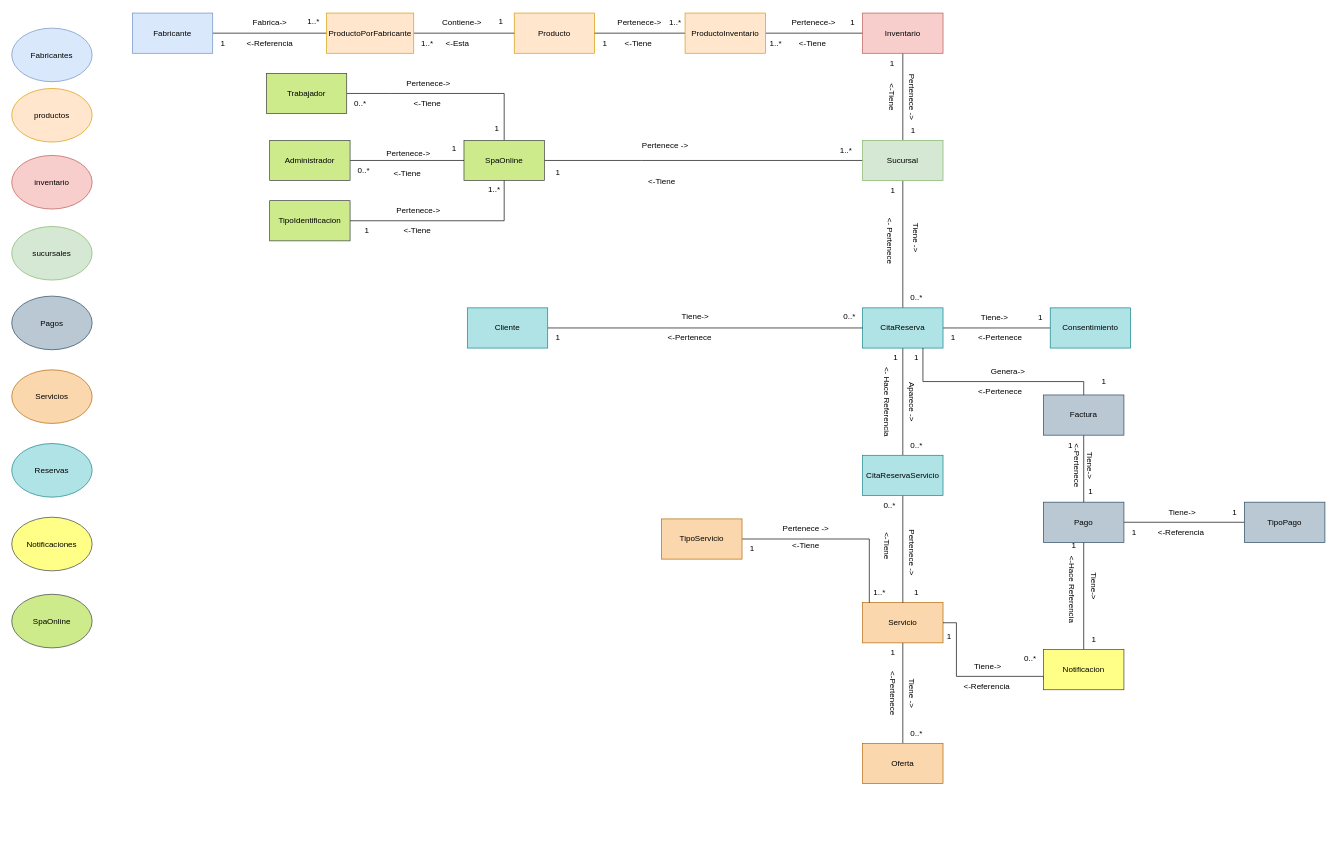
Above: page "3.ModeloDominioCompleto" (3 of 12) of SpaOnline/ModeloDominioSpa.drawio in cristianospina/DOO (draw.io), before the change. Source tidied: cells renumbered, new cells numbered last; positions are measured from the earlier drawing's top-left corner, leaving out a move shared by most shapes. Both pictures are drawn from the tidied source at 67%, with x=0, y=0 at pixel (11, 11).
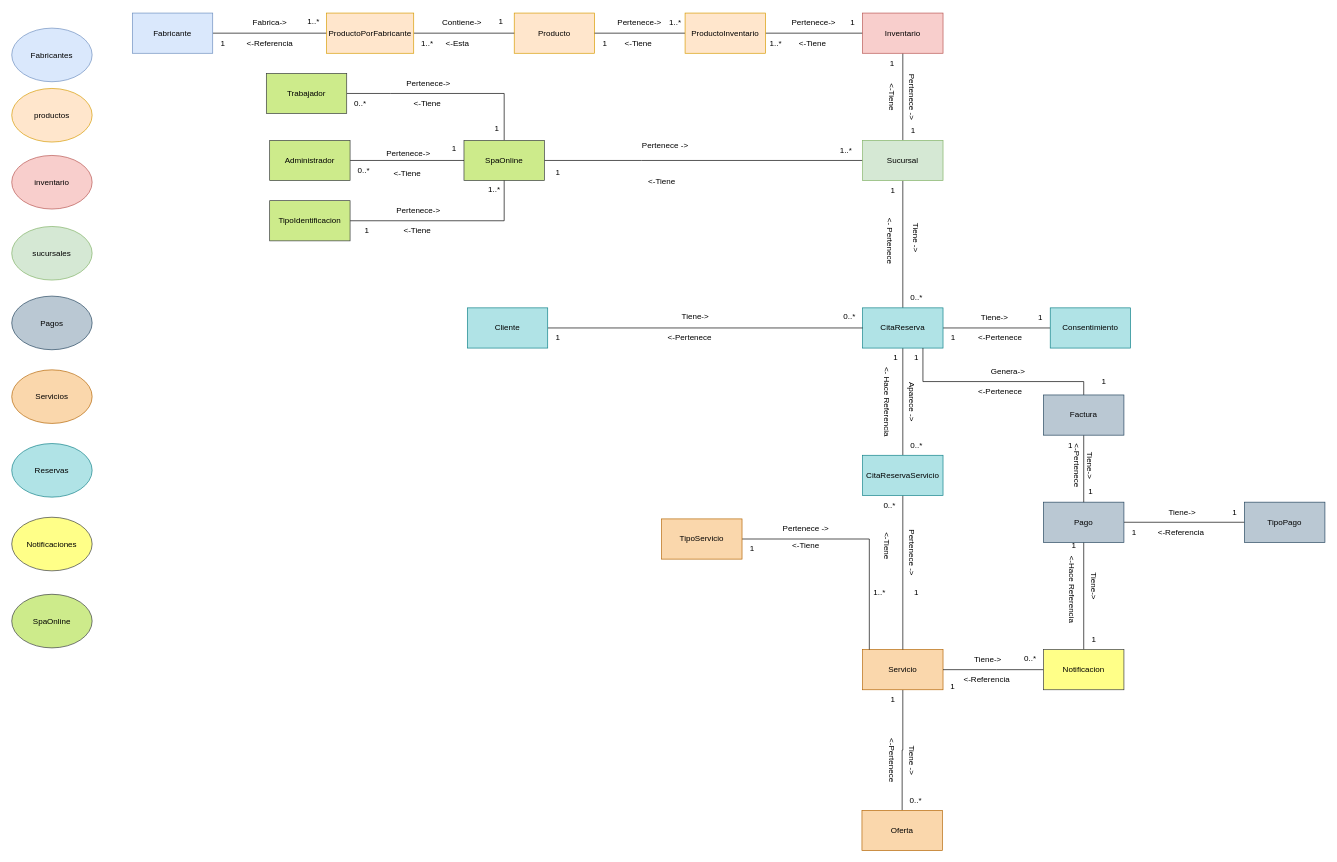
Above is the later version.

The change refers to these unchanged cells:
```xml
<mxCell id="26" value="Notificacion" style="rounded=0;whiteSpace=wrap;html=1;fillColor=#ffff88;strokeColor=#36393d;" parent="1" vertex="1">
  <mxGeometry x="1540" y="952" width="120" height="60" as="geometry" />
</mxCell>
```

Change to the diagram source:
```diff
@@
     <mxCell id="4" value="Servicio" style="rounded=0;whiteSpace=wrap;html=1;fillColor=#fad7ac;strokeColor=#b46504;" parent="1" vertex="1">
-      <mxGeometry x="1270" y="882" width="120" height="60" as="geometry" />
+      <mxGeometry x="1270" y="952" width="120" height="60" as="geometry" />
     </mxCell>
@@
     <mxCell id="15" value="Oferta" style="rounded=0;whiteSpace=wrap;html=1;fillColor=#fad7ac;strokeColor=#b46504;" parent="1" vertex="1">
-      <mxGeometry x="1270" y="1092" width="120" height="60" as="geometry" />
+      <mxGeometry x="1269" y="1192" width="120" height="60" as="geometry" />
     </mxCell>
@@
     <mxCell id="18" value="Tiene -&amp;gt;" style="text;html=1;align=center;verticalAlign=middle;rotation=90;fillColor=none;" parent="1" vertex="1">
-      <mxGeometry x="1309" y="1002" width="70" height="30" as="geometry" />
+      <mxGeometry x="1308" y="1102" width="70" height="30" as="geometry" />
     </mxCell>
     <mxCell id="19" value="&amp;lt;-Pertenece" style="text;html=1;align=center;verticalAlign=middle;rotation=90;fillColor=none;" parent="1" vertex="1">
-      <mxGeometry x="1270" y="1002" width="90" height="30" as="geometry" />
+      <mxGeometry x="1269" y="1102" width="90" height="30" as="geometry" />
     </mxCell>
     <mxCell id="20" value="0..*&lt;br&gt;" style="text;html=1;align=center;verticalAlign=middle;fillColor=none;" parent="1" vertex="1">
-      <mxGeometry x="1330" y="1062" width="40" height="30" as="geometry" />
+      <mxGeometry x="1329" y="1162" width="40" height="30" as="geometry" />
     </mxCell>
     <mxCell id="21" value="1&lt;br&gt;" style="text;html=1;align=center;verticalAlign=middle;fillColor=none;" parent="1" vertex="1">
-      <mxGeometry x="1300" y="942" width="30" height="30" as="geometry" />
+      <mxGeometry x="1300" y="1012" width="30" height="30" as="geometry" />
     </mxCell>
@@
-    <mxCell id="25" style="edgeStyle=orthogonalEdgeStyle;rounded=0;jettySize=auto;html=1;entryX=1;entryY=0.5;entryDx=0;entryDy=0;endArrow=none;endFill=0;exitX=0;exitY=0.75;exitDx=0;exitDy=0;" parent="1" edge="1" source="26" target="4">
+    <mxCell id="25" style="edgeStyle=orthogonalEdgeStyle;rounded=0;jettySize=auto;html=1;entryX=1;entryY=0.5;entryDx=0;entryDy=0;endArrow=none;endFill=0;exitX=0;exitY=0.5;exitDx=0;exitDy=0;" parent="1" edge="1" source="26" target="4">
       <mxGeometry relative="1" as="geometry">
         <Array as="points">
-          <mxPoint x="1540" y="992" />
-          <mxPoint x="1410" y="992" />
-          <mxPoint x="1410" y="912" />
+          <mxPoint x="1470" y="982" />
+          <mxPoint x="1470" y="982" />
         </Array>
       </mxGeometry>
     </mxCell>
@@
     <mxCell id="125" value="&amp;nbsp;Tiene-&amp;gt;" style="text;html=1;align=center;verticalAlign=middle;fillColor=none;" parent="1" vertex="1">
-      <mxGeometry x="1420" y="962" width="70" height="30" as="geometry" />
+      <mxGeometry x="1420" y="952" width="70" height="30" as="geometry" />
     </mxCell>
     <mxCell id="126" value="&amp;lt;-Referencia" style="text;html=1;align=center;verticalAlign=middle;fillColor=none;" parent="1" vertex="1">
-      <mxGeometry x="1410" y="992" width="90" height="30" as="geometry" />
+      <mxGeometry x="1410" y="982" width="90" height="30" as="geometry" />
     </mxCell>
     <mxCell id="127" value="1" style="text;html=1;align=center;verticalAlign=middle;strokeColor=none;fillColor=none;" parent="1" vertex="1">
-      <mxGeometry x="1384" y="917" width="30" height="30" as="geometry" />
+      <mxGeometry x="1389" y="992" width="30" height="30" as="geometry" />
     </mxCell>
```
